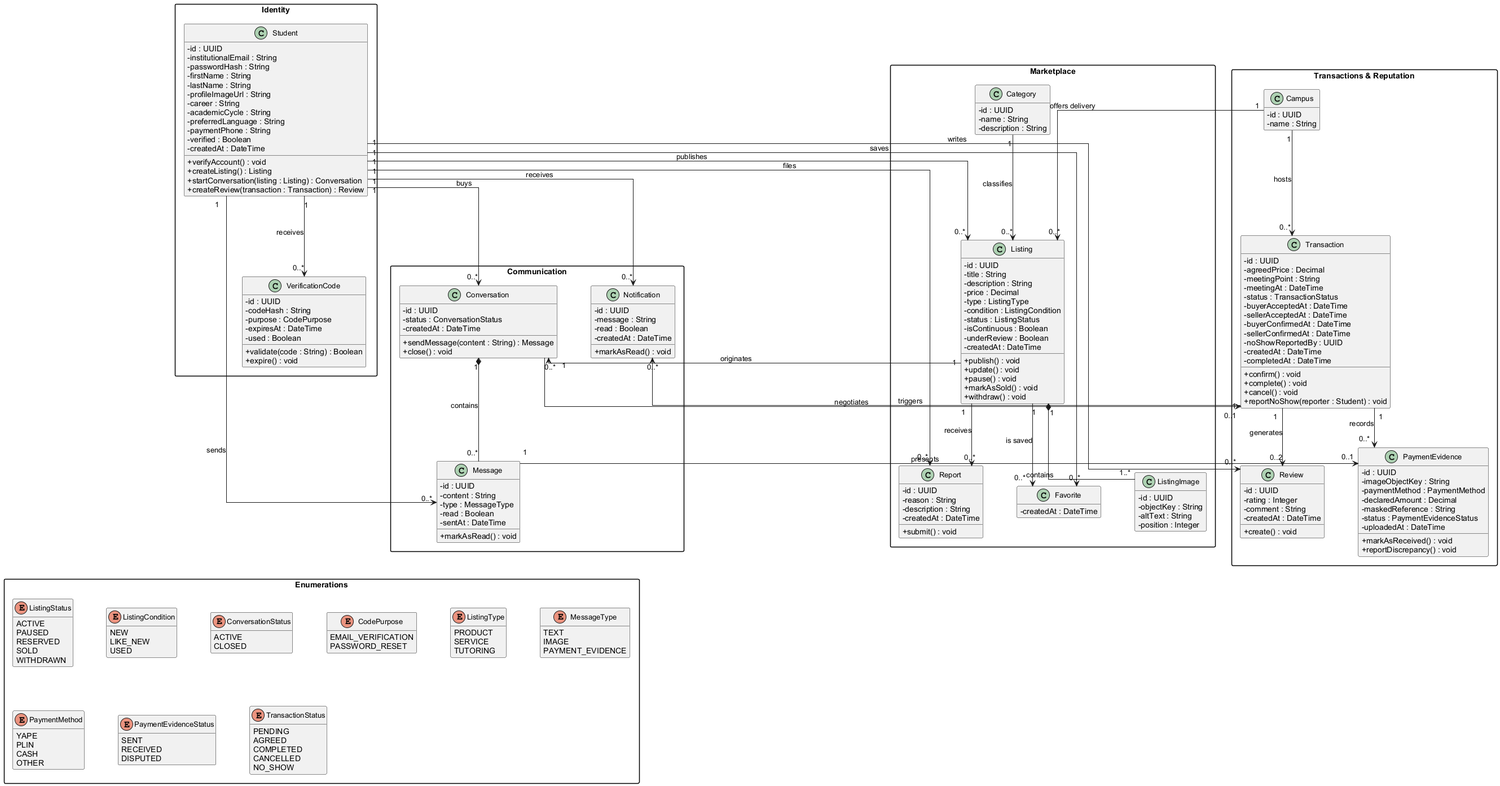
UPC-X/report-UPC keeps this PlantUML diagram as diagramas/clases/upcx-clases.png. Above is the earlier version. Source of this version:
```plantuml
@startuml chapter4-class-diagram
skinparam classAttributeIconSize 0
skinparam shadowing false
skinparam defaultFontName Arial
skinparam classFontSize 13
skinparam packageStyle rectangle
hide empty members
skinparam linetype ortho
skinparam nodesep 60
skinparam ranksep 70

package "Identity" {
  class Student {
    - id : UUID
    - institutionalEmail : String
    - passwordHash : String
    - firstName : String
    - lastName : String
    - profileImageUrl : String
    - career : String
    - academicCycle : String
    - preferredLanguage : String
    - paymentPhone : String
    - verified : Boolean
    - createdAt : DateTime
    + verifyAccount() : void
    + createListing() : Listing
    + startConversation(listing : Listing) : Conversation
    + createReview(transaction : Transaction) : Review
  }
  class VerificationCode {
    - id : UUID
    - codeHash : String
    - purpose : CodePurpose
    - expiresAt : DateTime
    - used : Boolean
    + validate(code : String) : Boolean
    + expire() : void
  }
}

package "Marketplace" {
  class Listing {
    - id : UUID
    - title : String
    - description : String
    - price : Decimal
    - type : ListingType
    - condition : ListingCondition
    - status : ListingStatus
    - isContinuous : Boolean
    - underReview : Boolean
    - createdAt : DateTime
    + publish() : void
    + update() : void
    + pause() : void
    + markAsSold() : void
    + withdraw() : void
  }
  class ListingImage {
    - id : UUID
    - objectKey : String
    - altText : String
    - position : Integer
  }
  class Category {
    - id : UUID
    - name : String
    - description : String
  }
  class Favorite {
    - createdAt : DateTime
  }
  class Report {
    - id : UUID
    - reason : String
    - description : String
    - createdAt : DateTime
    + submit() : void
  }
}

package "Communication" {
  class Conversation {
    - id : UUID
    - status : ConversationStatus
    - createdAt : DateTime
    + sendMessage(content : String) : Message
    + close() : void
  }
  class Message {
    - id : UUID
    - content : String
    - type : MessageType
    - read : Boolean
    - sentAt : DateTime
    + markAsRead() : void
  }
  class Notification {
    - id : UUID
    - message : String
    - read : Boolean
    - createdAt : DateTime
    + markAsRead() : void
  }
}

package "Transactions & Reputation" {
  class Transaction {
    - id : UUID
    - agreedPrice : Decimal
    - meetingPoint : String
    - meetingAt : DateTime
    - status : TransactionStatus
    - buyerAcceptedAt : DateTime
    - sellerAcceptedAt : DateTime
    - buyerConfirmedAt : DateTime
    - sellerConfirmedAt : DateTime
    - noShowReportedBy : UUID
    - createdAt : DateTime
    - completedAt : DateTime
    + confirm() : void
    + complete() : void
    + cancel() : void
    + reportNoShow(reporter : Student) : void
  }
  class PaymentEvidence {
    - id : UUID
    - imageObjectKey : String
    - paymentMethod : PaymentMethod
    - declaredAmount : Decimal
    - maskedReference : String
    - status : PaymentEvidenceStatus
    - uploadedAt : DateTime
    + markAsReceived() : void
    + reportDiscrepancy() : void
  }
  class Campus {
    - id : UUID
    - name : String
  }
  class Review {
    - id : UUID
    - rating : Integer
    - comment : String
    - createdAt : DateTime
    + create() : void
  }
}

package "Enumerations" {
enum CodePurpose {
  EMAIL_VERIFICATION
  PASSWORD_RESET
}
enum ListingType {
  PRODUCT
  SERVICE
  TUTORING
}
enum ListingStatus {
  ACTIVE
  PAUSED
  RESERVED
  SOLD
  WITHDRAWN
}
enum ListingCondition {
  NEW
  LIKE_NEW
  USED
}
enum ConversationStatus {
  ACTIVE
  CLOSED
}
enum MessageType {
  TEXT
  IMAGE
  PAYMENT_EVIDENCE
}
enum PaymentMethod {
  YAPE
  PLIN
  CASH
  OTHER
}
enum PaymentEvidenceStatus {
  SENT
  RECEIVED
  DISPUTED
}
enum TransactionStatus {
  PENDING
  AGREED
  COMPLETED
  CANCELLED
  NO_SHOW
}
}

Student "1" --> "0..*" VerificationCode : receives
Student "1" --> "0..*" Listing : publishes
Listing "1" *-- "1..*" ListingImage : contains
Category "1" --> "0..*" Listing : classifies
Campus "1" --> "0..*" Listing : offers delivery
Student "1" --> "0..*" Favorite : saves
Listing "1" --> "0..*" Favorite : is saved
Student "1" --> "0..*" Report : files
Listing "1" --> "0..*" Report : receives
Listing "1" --> "0..*" Conversation : originates
Student "1" --> "0..*" Conversation : buys
Conversation "1" *-- "0..*" Message : contains
Student "1" --> "0..*" Message : sends
Student "1" --> "0..*" Notification : receives
Conversation "1" --> "0..1" Transaction : negotiates
Transaction "1" --> "0..*" Notification : triggers
Campus "1" --> "0..*" Transaction : hosts
Transaction "1" --> "0..*" PaymentEvidence : records
Message "1" --> "0..1" PaymentEvidence : presents
Transaction "1" --> "0..2" Review : generates
Student "1" --> "0..*" Review : writes

Message -[hidden]down- CodePurpose
Message -[hidden]down- ListingType
Message -[hidden]down- MessageType
@enduml
```
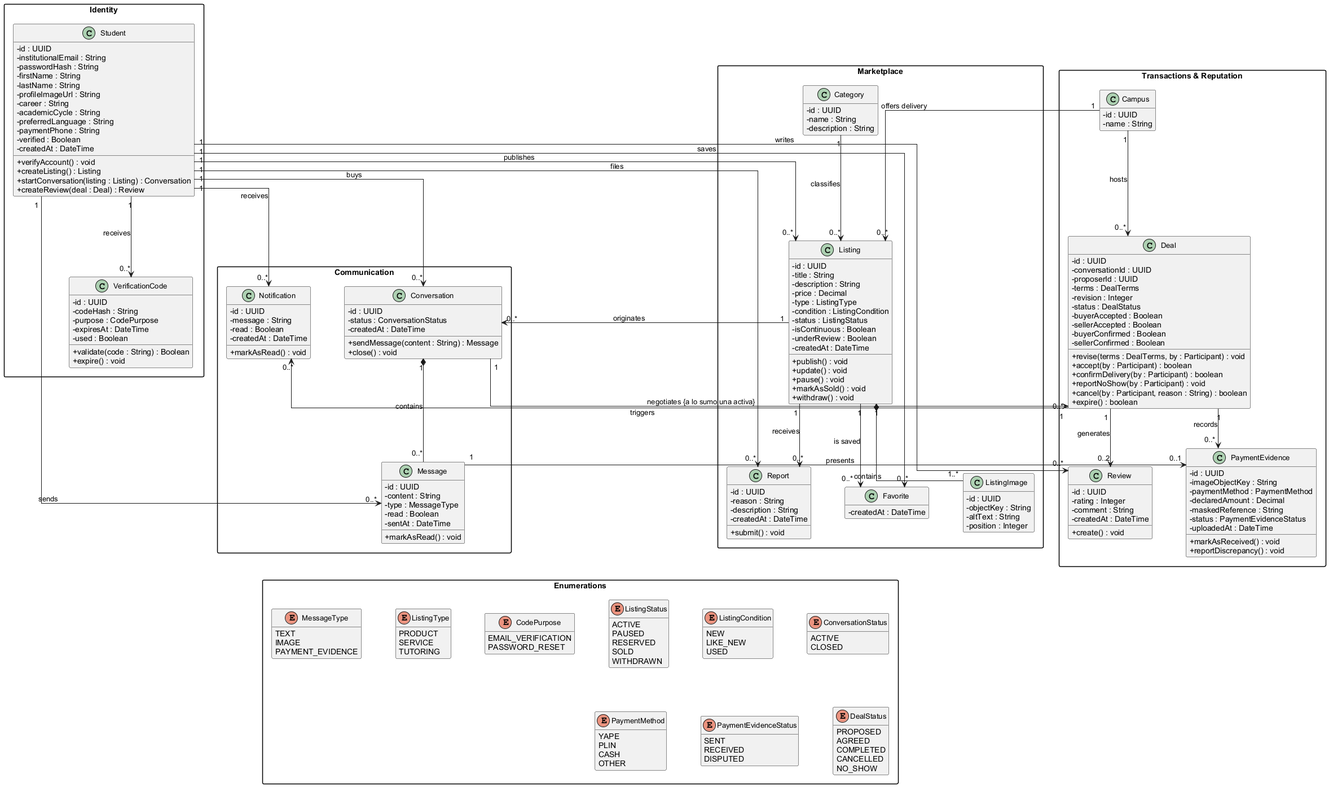
The same diagram one commit later.

Commit message:
docs(diagramas): actualizar diagrama de clases a Deal

Reemplazar Transaction por Deal y TransactionStatus por DealStatus en el fuente PlantUML, regenerar el PNG y usarlo en el capítulo 4.9.1.

Change to the diagram source:
```diff
@@ -26,7 +26,7 @@
     + verifyAccount() : void
     + createListing() : Listing
     + startConversation(listing : Listing) : Conversation
-    + createReview(transaction : Transaction) : Review
+    + createReview(deal : Deal) : Review
   }
   class VerificationCode {
     - id : UUID
@@ -106,23 +106,23 @@
 }
 
 package "Transactions & Reputation" {
-  class Transaction {
+  class Deal {
     - id : UUID
-    - agreedPrice : Decimal
-    - meetingPoint : String
-    - meetingAt : DateTime
-    - status : TransactionStatus
-    - buyerAcceptedAt : DateTime
-    - sellerAcceptedAt : DateTime
-    - buyerConfirmedAt : DateTime
-    - sellerConfirmedAt : DateTime
-    - noShowReportedBy : UUID
-    - createdAt : DateTime
-    - completedAt : DateTime
-    + confirm() : void
-    + complete() : void
-    + cancel() : void
-    + reportNoShow(reporter : Student) : void
+    - conversationId : UUID
+    - proposerId : UUID
+    - terms : DealTerms
+    - revision : Integer
+    - status : DealStatus
+    - buyerAccepted : Boolean
+    - sellerAccepted : Boolean
+    - buyerConfirmed : Boolean
+    - sellerConfirmed : Boolean
+    + revise(terms : DealTerms, by : Participant) : void
+    + accept(by : Participant) : boolean
+    + confirmDelivery(by : Participant) : boolean
+    + reportNoShow(by : Participant) : void
+    + cancel(by : Participant, reason : String) : boolean
+    + expire() : boolean
   }
   class PaymentEvidence {
     - id : UUID
@@ -190,8 +190,8 @@
   RECEIVED
   DISPUTED
 }
-enum TransactionStatus {
-  PENDING
+enum DealStatus {
+  PROPOSED
   AGREED
   COMPLETED
   CANCELLED
@@ -213,12 +213,12 @@
 Conversation "1" *-- "0..*" Message : contains
 Student "1" --> "0..*" Message : sends
 Student "1" --> "0..*" Notification : receives
-Conversation "1" --> "0..1" Transaction : negotiates
-Transaction "1" --> "0..*" Notification : triggers
-Campus "1" --> "0..*" Transaction : hosts
-Transaction "1" --> "0..*" PaymentEvidence : records
+Conversation "1" --> "0..*" Deal : negotiates {a lo sumo una activa}
+Deal "1" --> "0..*" Notification : triggers
+Campus "1" --> "0..*" Deal : hosts
+Deal "1" --> "0..*" PaymentEvidence : records
 Message "1" --> "0..1" PaymentEvidence : presents
-Transaction "1" --> "0..2" Review : generates
+Deal "1" --> "0..2" Review : generates
 Student "1" --> "0..*" Review : writes
 
 Message -[hidden]down- CodePurpose
```
